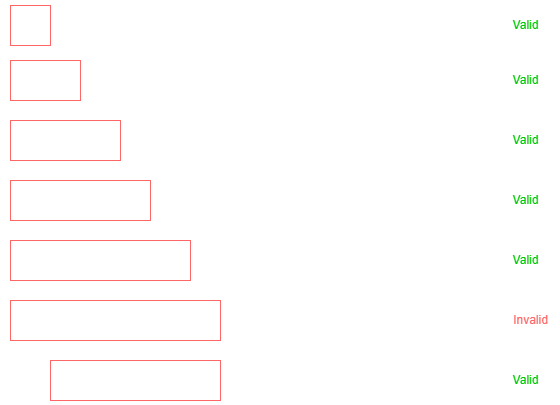
Before: Neetcode150/img/LongestRepeatingCharacters.png, a diagram exported from draw.io (ashiven/leetcode-solutions). Source tidied: cells renumbered, new cells last; positions are measured from the earlier drawing's top-left corner, leaving out a move shared by most shapes.
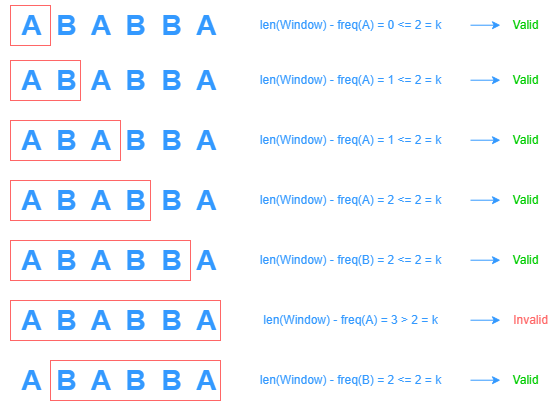
The same diagram one commit later.

What changed in the source:
```diff
@@ -2,16 +2,16 @@
   <root>
     <mxCell id="0" />
     <mxCell id="1" parent="0" />
-    <mxCell id="2" value="&lt;b&gt;&lt;font style=&quot;font-size: 28px;&quot;&gt;&amp;nbsp;A&amp;nbsp; B&amp;nbsp; A&amp;nbsp; B&amp;nbsp; B&amp;nbsp; A&lt;/font&gt;&lt;/b&gt;" style="text;html=1;align=center;verticalAlign=middle;strokeColor=none;fillColor=none;fontColor=#FFFFFF;" parent="1" vertex="1">
+    <mxCell id="2" value="&lt;b&gt;&lt;font style=&quot;font-size: 28px;&quot;&gt;&amp;nbsp;A&amp;nbsp; B&amp;nbsp; A&amp;nbsp; B&amp;nbsp; B&amp;nbsp; A&lt;/font&gt;&lt;/b&gt;" style="text;html=1;align=center;verticalAlign=middle;strokeColor=none;fillColor=none;fontColor=#3399FF;" parent="1" vertex="1">
       <mxGeometry width="230" height="50" as="geometry" />
     </mxCell>
-    <mxCell id="3" style="whiteSpace=wrap;html=1;fillColor=none;strokeColor=#FF6666;fontColor=#FFFFFF;" parent="1" vertex="1">
+    <mxCell id="3" style="whiteSpace=wrap;html=1;fillColor=none;strokeColor=#FF6666;fontColor=#3399FF;" parent="1" vertex="1">
       <mxGeometry x="10" y="5" width="40" height="40" as="geometry" />
     </mxCell>
-    <mxCell id="4" value="&lt;font&gt;len(Window) - freq(A) = 0 &amp;lt;= 2 = k&lt;/font&gt;" style="text;html=1;align=center;verticalAlign=middle;strokeColor=none;fillColor=none;fontColor=#FFFFFF;" parent="1" vertex="1">
+    <mxCell id="4" value="&lt;font&gt;len(Window) - freq(A) = 0 &amp;lt;= 2 = k&lt;/font&gt;" style="text;html=1;align=center;verticalAlign=middle;strokeColor=none;fillColor=none;fontColor=#3399FF;" parent="1" vertex="1">
       <mxGeometry x="250" y="10" width="200" height="30" as="geometry" />
     </mxCell>
-    <mxCell id="5" style="endArrow=classic;html=1;rounded=0;strokeColor=#FFFFFF;fontColor=#FFFFFF;" parent="1" edge="1">
+    <mxCell id="5" style="endArrow=classic;html=1;rounded=0;strokeColor=#3399FF;fontColor=#3399FF;" parent="1" edge="1">
       <mxGeometry relative="1" as="geometry">
         <mxPoint x="470" y="24.7" as="sourcePoint" />
         <mxPoint x="500" y="24.7" as="targetPoint" />
@@ -20,16 +20,16 @@
     <mxCell id="6" value="&lt;font color=&quot;#00cc00&quot;&gt;Valid&lt;/font&gt;" style="text;html=1;align=center;verticalAlign=middle;strokeColor=none;fillColor=none;" parent="1" vertex="1">
       <mxGeometry x="500" y="10" width="50" height="30" as="geometry" />
     </mxCell>
-    <mxCell id="7" value="&lt;b&gt;&lt;font style=&quot;font-size: 28px;&quot;&gt;&amp;nbsp;A&amp;nbsp; B&amp;nbsp; A&amp;nbsp; B&amp;nbsp; B&amp;nbsp; A&lt;/font&gt;&lt;/b&gt;" style="text;html=1;align=center;verticalAlign=middle;strokeColor=none;fillColor=none;fontColor=#FFFFFF;" parent="1" vertex="1">
+    <mxCell id="7" value="&lt;b&gt;&lt;font style=&quot;font-size: 28px;&quot;&gt;&amp;nbsp;A&amp;nbsp; B&amp;nbsp; A&amp;nbsp; B&amp;nbsp; B&amp;nbsp; A&lt;/font&gt;&lt;/b&gt;" style="text;html=1;align=center;verticalAlign=middle;strokeColor=none;fillColor=none;fontColor=#3399FF;" parent="1" vertex="1">
       <mxGeometry y="55" width="230" height="50" as="geometry" />
     </mxCell>
-    <mxCell id="8" style="rounded=0;whiteSpace=wrap;html=1;fillColor=none;strokeColor=#FF6666;fontColor=#FFFFFF;" parent="1" vertex="1">
+    <mxCell id="8" style="rounded=0;whiteSpace=wrap;html=1;fillColor=none;strokeColor=#FF6666;fontColor=#3399FF;" parent="1" vertex="1">
       <mxGeometry x="10" y="60" width="70" height="40" as="geometry" />
     </mxCell>
-    <mxCell id="9" value="&lt;font&gt;len(Window) - freq(A) = 1 &amp;lt;= 2 = k&lt;/font&gt;" style="text;html=1;align=center;verticalAlign=middle;strokeColor=none;fillColor=none;fontColor=#FFFFFF;" parent="1" vertex="1">
+    <mxCell id="9" value="&lt;font&gt;len(Window) - freq(A) = 1 &amp;lt;= 2 = k&lt;/font&gt;" style="text;html=1;align=center;verticalAlign=middle;strokeColor=none;fillColor=none;fontColor=#3399FF;" parent="1" vertex="1">
       <mxGeometry x="250" y="65" width="200" height="30" as="geometry" />
     </mxCell>
-    <mxCell id="10" style="endArrow=classic;html=1;rounded=0;strokeColor=#FFFFFF;fontColor=#FFFFFF;" parent="1" edge="1">
+    <mxCell id="10" style="endArrow=classic;html=1;rounded=0;strokeColor=#3399FF;fontColor=#3399FF;" parent="1" edge="1">
       <mxGeometry relative="1" as="geometry">
         <mxPoint x="470" y="79.7" as="sourcePoint" />
         <mxPoint x="500" y="79.7" as="targetPoint" />
@@ -38,16 +38,16 @@
     <mxCell id="11" value="&lt;font color=&quot;#00cc00&quot;&gt;Valid&lt;/font&gt;" style="text;html=1;align=center;verticalAlign=middle;strokeColor=none;fillColor=none;" parent="1" vertex="1">
       <mxGeometry x="500" y="65" width="50" height="30" as="geometry" />
     </mxCell>
-    <mxCell id="12" value="&lt;b&gt;&lt;font style=&quot;font-size: 28px;&quot;&gt;&amp;nbsp;A&amp;nbsp; B&amp;nbsp; A&amp;nbsp; B&amp;nbsp; B&amp;nbsp; A&lt;/font&gt;&lt;/b&gt;" style="text;html=1;align=center;verticalAlign=middle;strokeColor=none;fillColor=none;fontColor=#FFFFFF;" parent="1" vertex="1">
+    <mxCell id="12" value="&lt;b&gt;&lt;font style=&quot;font-size: 28px;&quot;&gt;&amp;nbsp;A&amp;nbsp; B&amp;nbsp; A&amp;nbsp; B&amp;nbsp; B&amp;nbsp; A&lt;/font&gt;&lt;/b&gt;" style="text;html=1;align=center;verticalAlign=middle;strokeColor=none;fillColor=none;fontColor=#3399FF;" parent="1" vertex="1">
       <mxGeometry y="115" width="230" height="50" as="geometry" />
     </mxCell>
-    <mxCell id="13" style="rounded=0;whiteSpace=wrap;html=1;fillColor=none;strokeColor=#FF6666;fontColor=#FFFFFF;" parent="1" vertex="1">
+    <mxCell id="13" style="rounded=0;whiteSpace=wrap;html=1;fillColor=none;strokeColor=#FF6666;fontColor=#3399FF;" parent="1" vertex="1">
       <mxGeometry x="10" y="120" width="110" height="40" as="geometry" />
     </mxCell>
-    <mxCell id="14" value="&lt;font&gt;len(Window) - freq(A) = 1 &amp;lt;= 2 = k&lt;/font&gt;" style="text;html=1;align=center;verticalAlign=middle;strokeColor=none;fillColor=none;fontColor=#FFFFFF;" parent="1" vertex="1">
+    <mxCell id="14" value="&lt;font&gt;len(Window) - freq(A) = 1 &amp;lt;= 2 = k&lt;/font&gt;" style="text;html=1;align=center;verticalAlign=middle;strokeColor=none;fillColor=none;fontColor=#3399FF;" parent="1" vertex="1">
       <mxGeometry x="250" y="125" width="200" height="30" as="geometry" />
     </mxCell>
-    <mxCell id="15" style="endArrow=classic;html=1;rounded=0;strokeColor=#FFFFFF;fontColor=#FFFFFF;" parent="1" edge="1">
+    <mxCell id="15" style="endArrow=classic;html=1;rounded=0;strokeColor=#3399FF;fontColor=#3399FF;" parent="1" edge="1">
       <mxGeometry relative="1" as="geometry">
         <mxPoint x="470" y="139.7" as="sourcePoint" />
         <mxPoint x="500" y="139.7" as="targetPoint" />
@@ -56,16 +56,16 @@
     <mxCell id="16" value="&lt;font color=&quot;#00cc00&quot;&gt;Valid&lt;/font&gt;" style="text;html=1;align=center;verticalAlign=middle;strokeColor=none;fillColor=none;" parent="1" vertex="1">
       <mxGeometry x="500" y="125" width="50" height="30" as="geometry" />
     </mxCell>
-    <mxCell id="17" value="&lt;b&gt;&lt;font style=&quot;font-size: 28px;&quot;&gt;&amp;nbsp;A&amp;nbsp; B&amp;nbsp; A&amp;nbsp; B&amp;nbsp; B&amp;nbsp; A&lt;/font&gt;&lt;/b&gt;" style="text;html=1;align=center;verticalAlign=middle;strokeColor=none;fillColor=none;fontColor=#FFFFFF;" parent="1" vertex="1">
+    <mxCell id="17" value="&lt;b&gt;&lt;font style=&quot;font-size: 28px;&quot;&gt;&amp;nbsp;A&amp;nbsp; B&amp;nbsp; A&amp;nbsp; B&amp;nbsp; B&amp;nbsp; A&lt;/font&gt;&lt;/b&gt;" style="text;html=1;align=center;verticalAlign=middle;strokeColor=none;fillColor=none;fontColor=#3399FF;" parent="1" vertex="1">
       <mxGeometry y="175" width="230" height="50" as="geometry" />
     </mxCell>
-    <mxCell id="18" style="rounded=0;whiteSpace=wrap;html=1;fillColor=none;strokeColor=#FF6666;fontColor=#FFFFFF;" parent="1" vertex="1">
+    <mxCell id="18" style="rounded=0;whiteSpace=wrap;html=1;fillColor=none;strokeColor=#FF6666;fontColor=#3399FF;" parent="1" vertex="1">
       <mxGeometry x="10" y="180" width="140" height="40" as="geometry" />
     </mxCell>
-    <mxCell id="19" value="&lt;font&gt;len(Window) - freq(A) = 2 &amp;lt;= 2 = k&lt;/font&gt;" style="text;html=1;align=center;verticalAlign=middle;strokeColor=none;fillColor=none;fontColor=#FFFFFF;" parent="1" vertex="1">
+    <mxCell id="19" value="&lt;font&gt;len(Window) - freq(A) = 2 &amp;lt;= 2 = k&lt;/font&gt;" style="text;html=1;align=center;verticalAlign=middle;strokeColor=none;fillColor=none;fontColor=#3399FF;" parent="1" vertex="1">
       <mxGeometry x="250" y="185" width="200" height="30" as="geometry" />
     </mxCell>
-    <mxCell id="20" style="endArrow=classic;html=1;rounded=0;strokeColor=#FFFFFF;fontColor=#FFFFFF;" parent="1" edge="1">
+    <mxCell id="20" style="endArrow=classic;html=1;rounded=0;strokeColor=#3399FF;fontColor=#3399FF;" parent="1" edge="1">
       <mxGeometry relative="1" as="geometry">
         <mxPoint x="470" y="199.7" as="sourcePoint" />
         <mxPoint x="500" y="199.7" as="targetPoint" />
@@ -74,16 +74,16 @@
     <mxCell id="21" value="&lt;font color=&quot;#00cc00&quot;&gt;Valid&lt;/font&gt;" style="text;html=1;align=center;verticalAlign=middle;strokeColor=none;fillColor=none;" parent="1" vertex="1">
       <mxGeometry x="500" y="185" width="50" height="30" as="geometry" />
     </mxCell>
-    <mxCell id="22" value="&lt;b&gt;&lt;font style=&quot;font-size: 28px;&quot;&gt;&amp;nbsp;A&amp;nbsp; B&amp;nbsp; A&amp;nbsp; B&amp;nbsp; B&amp;nbsp; A&lt;/font&gt;&lt;/b&gt;" style="text;html=1;align=center;verticalAlign=middle;strokeColor=none;fillColor=none;fontColor=#FFFFFF;" parent="1" vertex="1">
+    <mxCell id="22" value="&lt;b&gt;&lt;font style=&quot;font-size: 28px;&quot;&gt;&amp;nbsp;A&amp;nbsp; B&amp;nbsp; A&amp;nbsp; B&amp;nbsp; B&amp;nbsp; A&lt;/font&gt;&lt;/b&gt;" style="text;html=1;align=center;verticalAlign=middle;strokeColor=none;fillColor=none;fontColor=#3399FF;" parent="1" vertex="1">
       <mxGeometry y="235" width="230" height="50" as="geometry" />
     </mxCell>
-    <mxCell id="23" style="rounded=0;whiteSpace=wrap;html=1;fillColor=none;strokeColor=#FF6666;fontColor=#FFFFFF;" parent="1" vertex="1">
+    <mxCell id="23" style="rounded=0;whiteSpace=wrap;html=1;fillColor=none;strokeColor=#FF6666;fontColor=#3399FF;" parent="1" vertex="1">
       <mxGeometry x="10" y="240" width="180" height="40" as="geometry" />
     </mxCell>
-    <mxCell id="24" value="&lt;font&gt;len(Window) - freq(B) = 2 &amp;lt;= 2 = k&lt;/font&gt;" style="text;html=1;align=center;verticalAlign=middle;strokeColor=none;fillColor=none;fontColor=#FFFFFF;" parent="1" vertex="1">
+    <mxCell id="24" value="&lt;font&gt;len(Window) - freq(B) = 2 &amp;lt;= 2 = k&lt;/font&gt;" style="text;html=1;align=center;verticalAlign=middle;strokeColor=none;fillColor=none;fontColor=#3399FF;" parent="1" vertex="1">
       <mxGeometry x="250" y="245" width="200" height="30" as="geometry" />
     </mxCell>
-    <mxCell id="25" style="endArrow=classic;html=1;rounded=0;strokeColor=#FFFFFF;fontColor=#FFFFFF;" parent="1" edge="1">
+    <mxCell id="25" style="endArrow=classic;html=1;rounded=0;strokeColor=#3399FF;fontColor=#3399FF;" parent="1" edge="1">
       <mxGeometry relative="1" as="geometry">
         <mxPoint x="470" y="259.7" as="sourcePoint" />
         <mxPoint x="500" y="259.7" as="targetPoint" />
@@ -92,16 +92,16 @@
     <mxCell id="26" value="&lt;font color=&quot;#00cc00&quot;&gt;Valid&lt;/font&gt;" style="text;html=1;align=center;verticalAlign=middle;strokeColor=none;fillColor=none;" parent="1" vertex="1">
       <mxGeometry x="500" y="245" width="50" height="30" as="geometry" />
     </mxCell>
-    <mxCell id="27" value="&lt;b&gt;&lt;font style=&quot;font-size: 28px;&quot;&gt;&amp;nbsp;A&amp;nbsp; B&amp;nbsp; A&amp;nbsp; B&amp;nbsp; B&amp;nbsp; A&lt;/font&gt;&lt;/b&gt;" style="text;html=1;align=center;verticalAlign=middle;strokeColor=none;fillColor=none;fontColor=#FFFFFF;" parent="1" vertex="1">
+    <mxCell id="27" value="&lt;b&gt;&lt;font style=&quot;font-size: 28px;&quot;&gt;&amp;nbsp;A&amp;nbsp; B&amp;nbsp; A&amp;nbsp; B&amp;nbsp; B&amp;nbsp; A&lt;/font&gt;&lt;/b&gt;" style="text;html=1;align=center;verticalAlign=middle;strokeColor=none;fillColor=none;fontColor=#3399FF;" parent="1" vertex="1">
       <mxGeometry y="295" width="230" height="50" as="geometry" />
     </mxCell>
-    <mxCell id="28" style="rounded=0;whiteSpace=wrap;html=1;fillColor=none;strokeColor=#FF6666;fontColor=#FFFFFF;" parent="1" vertex="1">
+    <mxCell id="28" style="rounded=0;whiteSpace=wrap;html=1;fillColor=none;strokeColor=#FF6666;fontColor=#3399FF;" parent="1" vertex="1">
       <mxGeometry x="10" y="300" width="210" height="40" as="geometry" />
     </mxCell>
-    <mxCell id="29" value="&lt;font&gt;len(Window) - freq(A) = 3 &amp;gt; 2 = k&lt;/font&gt;" style="text;html=1;align=center;verticalAlign=middle;strokeColor=none;fillColor=none;fontColor=#FFFFFF;" parent="1" vertex="1">
+    <mxCell id="29" value="&lt;font&gt;len(Window) - freq(A) = 3 &amp;gt; 2 = k&lt;/font&gt;" style="text;html=1;align=center;verticalAlign=middle;strokeColor=none;fillColor=none;fontColor=#3399FF;" parent="1" vertex="1">
       <mxGeometry x="250" y="305" width="200" height="30" as="geometry" />
     </mxCell>
-    <mxCell id="30" style="endArrow=classic;html=1;rounded=0;strokeColor=#FFFFFF;fontColor=#FFFFFF;" parent="1" edge="1">
+    <mxCell id="30" style="endArrow=classic;html=1;rounded=0;strokeColor=#3399FF;fontColor=#3399FF;" parent="1" edge="1">
       <mxGeometry relative="1" as="geometry">
         <mxPoint x="470" y="319.7" as="sourcePoint" />
         <mxPoint x="500" y="319.7" as="targetPoint" />
@@ -110,16 +110,16 @@
     <mxCell id="31" value="&lt;font color=&quot;#ff6666&quot;&gt;Invalid&lt;/font&gt;" style="text;html=1;align=center;verticalAlign=middle;strokeColor=none;fillColor=none;" parent="1" vertex="1">
       <mxGeometry x="500" y="305" width="60" height="30" as="geometry" />
     </mxCell>
-    <mxCell id="32" value="&lt;b&gt;&lt;font style=&quot;font-size: 28px;&quot;&gt;&amp;nbsp;A&amp;nbsp; B&amp;nbsp; A&amp;nbsp; B&amp;nbsp; B&amp;nbsp; A&lt;/font&gt;&lt;/b&gt;" style="text;html=1;align=center;verticalAlign=middle;strokeColor=none;fillColor=none;fontColor=#FFFFFF;" parent="1" vertex="1">
+    <mxCell id="32" value="&lt;b&gt;&lt;font style=&quot;font-size: 28px;&quot;&gt;&amp;nbsp;A&amp;nbsp; B&amp;nbsp; A&amp;nbsp; B&amp;nbsp; B&amp;nbsp; A&lt;/font&gt;&lt;/b&gt;" style="text;html=1;align=center;verticalAlign=middle;strokeColor=none;fillColor=none;fontColor=#3399FF;" parent="1" vertex="1">
       <mxGeometry y="355" width="230" height="50" as="geometry" />
     </mxCell>
-    <mxCell id="33" style="rounded=0;whiteSpace=wrap;html=1;fillColor=none;strokeColor=#FF6666;fontColor=#FFFFFF;" parent="1" vertex="1">
+    <mxCell id="33" style="rounded=0;whiteSpace=wrap;html=1;fillColor=none;strokeColor=#FF6666;fontColor=#3399FF;" parent="1" vertex="1">
       <mxGeometry x="50" y="360" width="170" height="40" as="geometry" />
     </mxCell>
-    <mxCell id="34" value="&lt;font&gt;len(Window) - freq(B) = 2 &amp;lt;= 2 = k&lt;/font&gt;" style="text;html=1;align=center;verticalAlign=middle;strokeColor=none;fillColor=none;fontColor=#FFFFFF;" parent="1" vertex="1">
+    <mxCell id="34" value="&lt;font&gt;len(Window) - freq(B) = 2 &amp;lt;= 2 = k&lt;/font&gt;" style="text;html=1;align=center;verticalAlign=middle;strokeColor=none;fillColor=none;fontColor=#3399FF;" parent="1" vertex="1">
       <mxGeometry x="250" y="365" width="200" height="30" as="geometry" />
     </mxCell>
-    <mxCell id="35" style="endArrow=classic;html=1;rounded=0;strokeColor=#FFFFFF;fontColor=#FFFFFF;" parent="1" edge="1">
+    <mxCell id="35" style="endArrow=classic;html=1;rounded=0;strokeColor=#3399FF;fontColor=#3399FF;" parent="1" edge="1">
       <mxGeometry relative="1" as="geometry">
         <mxPoint x="470" y="379.7" as="sourcePoint" />
         <mxPoint x="500" y="379.7" as="targetPoint" />
```
